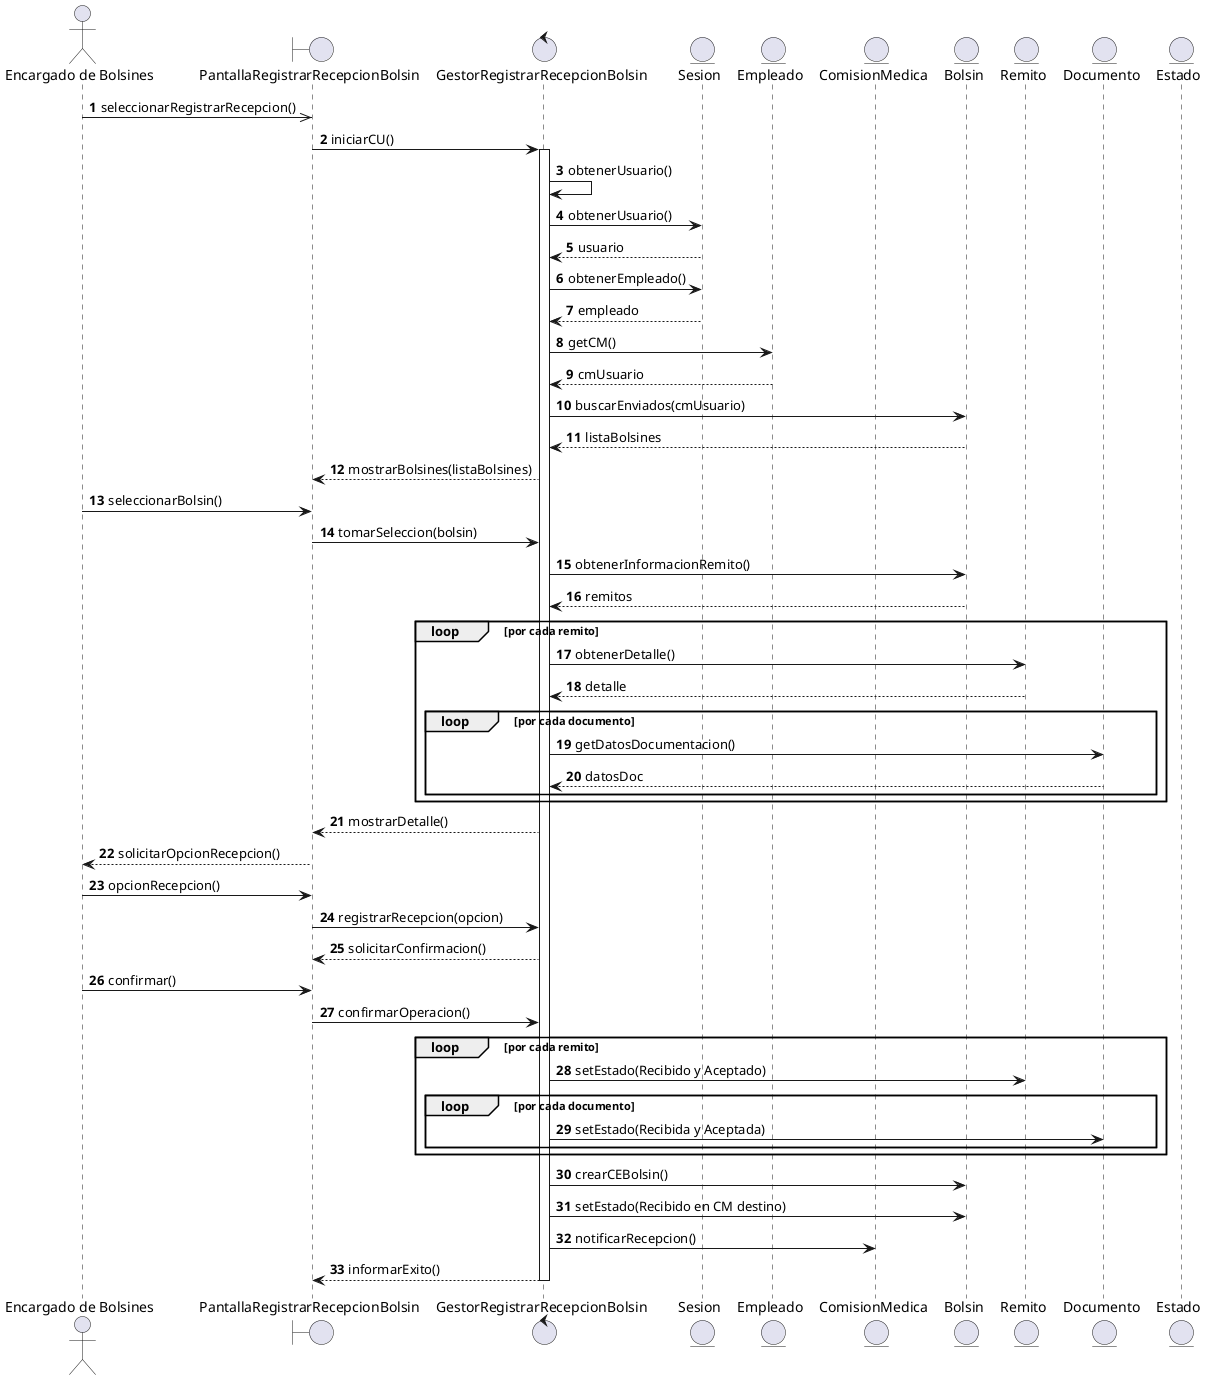
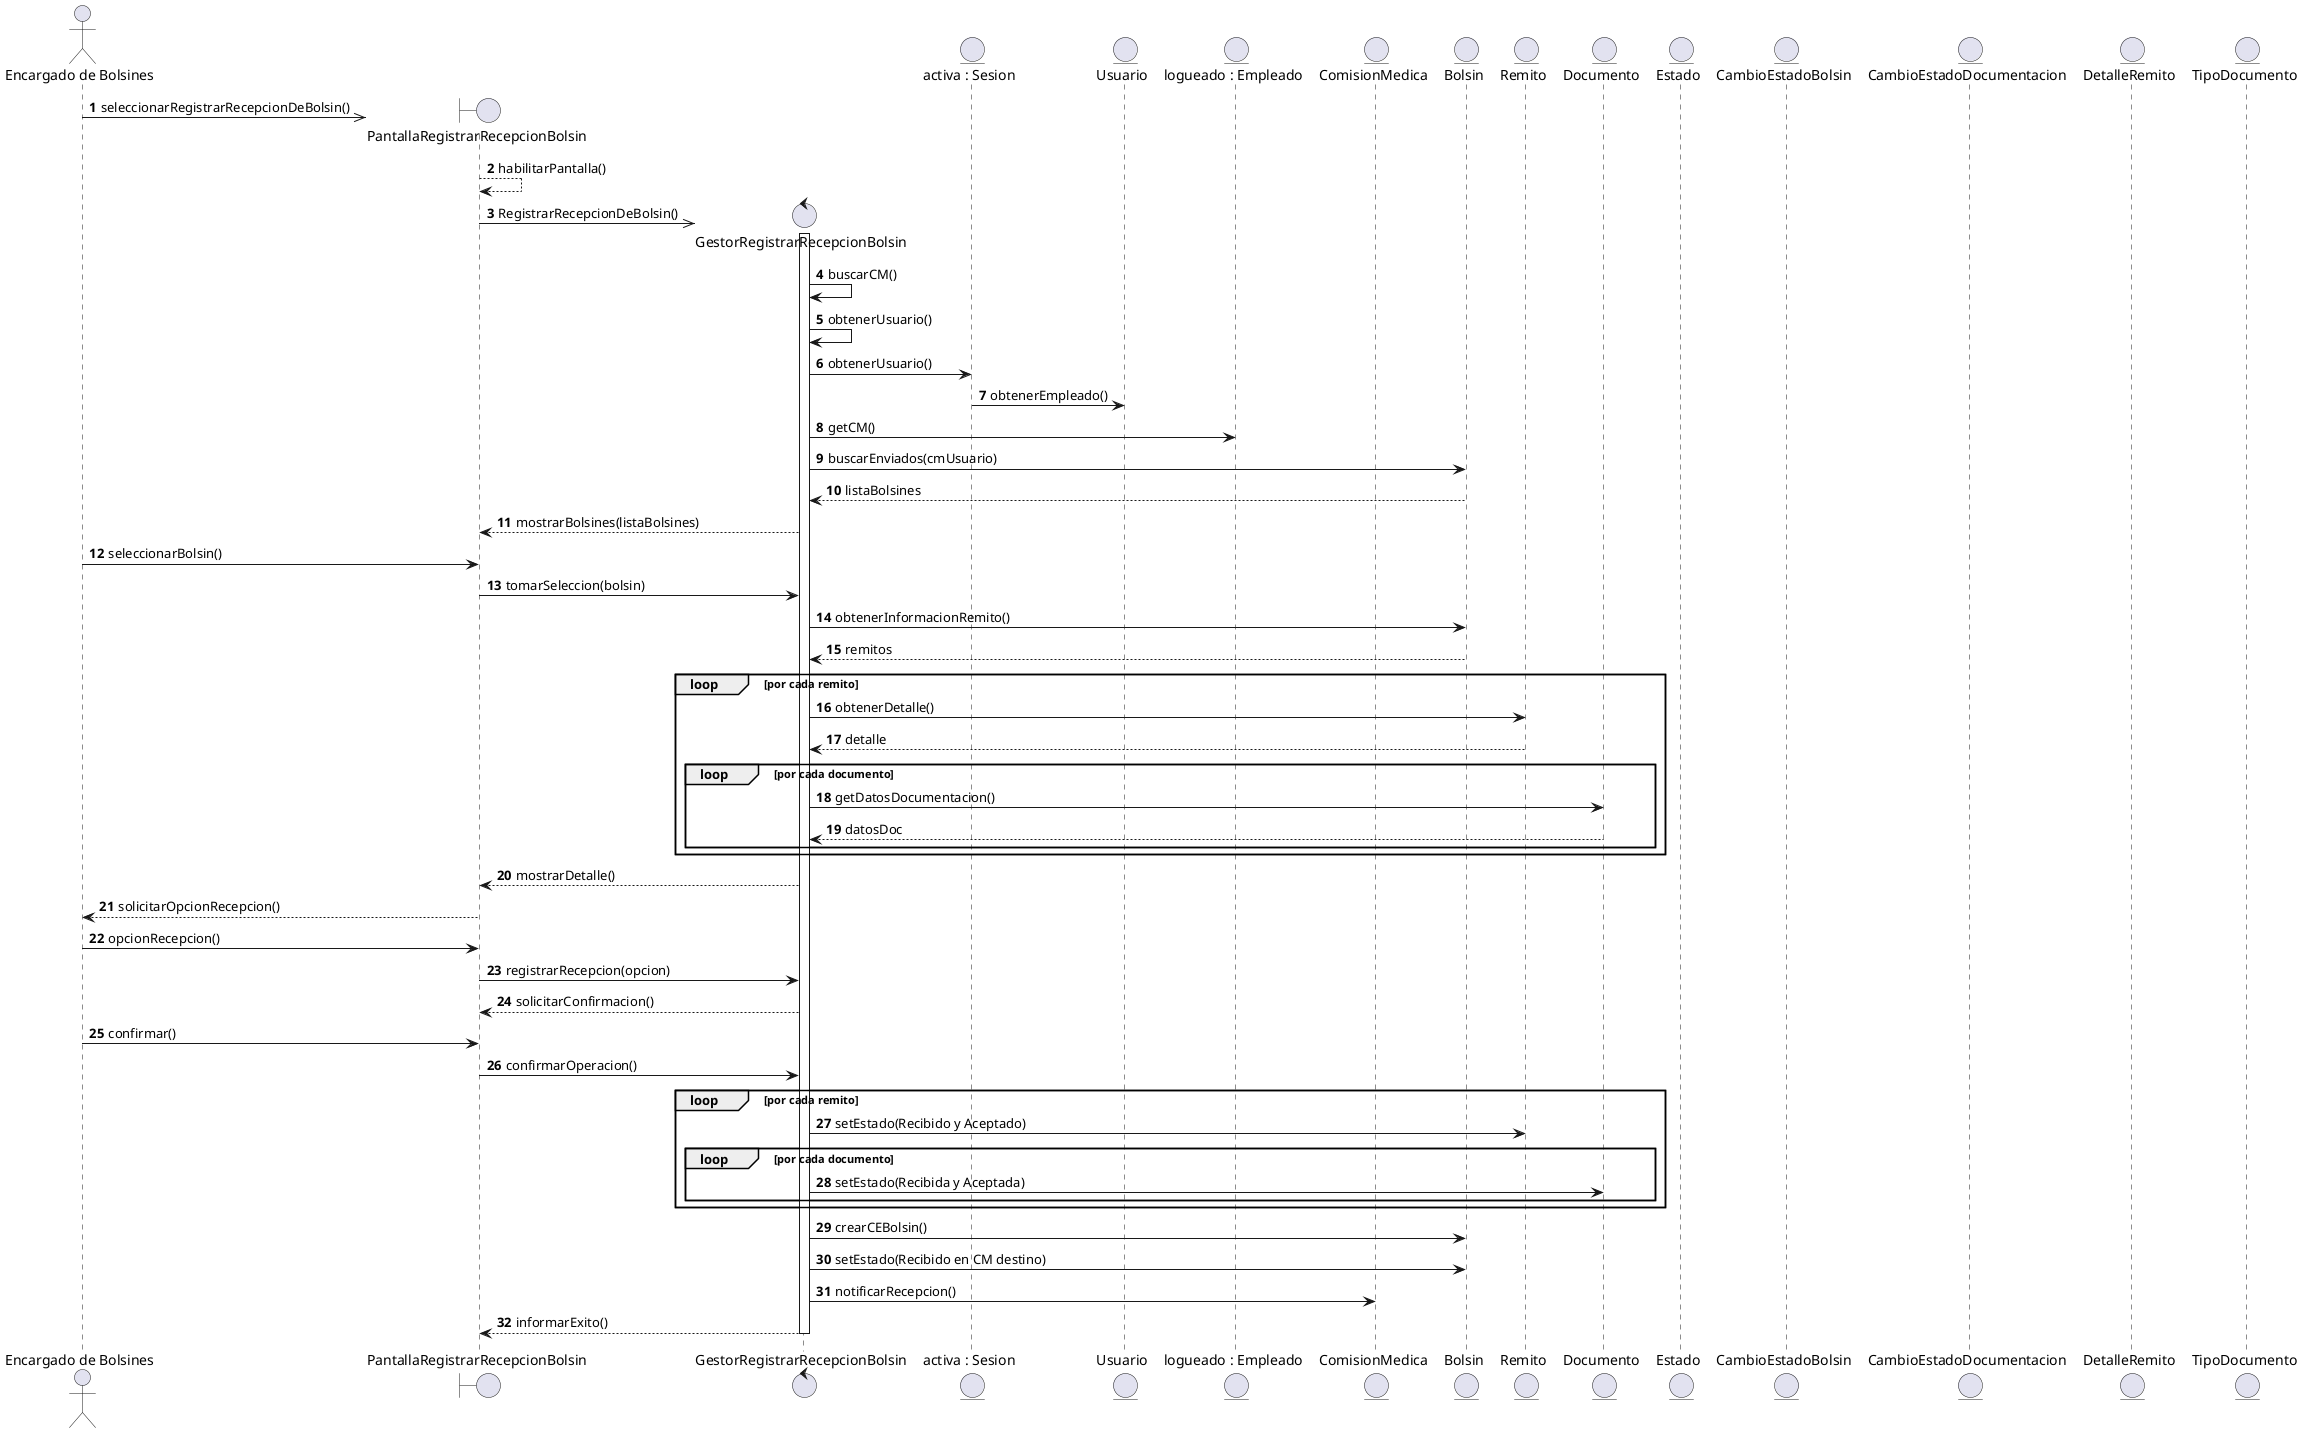
@startuml

autonumber

actor "Encargado de Bolsines" as EB

boundary PantallaRegistrarRecepcionBolsin as Pantalla
control GestorRegistrarRecepcionBolsin as Gestor

- entity Sesion
- entity Empleado
+ entity "activa : Sesion" as Sesion
+ entity Usuario
+ entity "logueado : Empleado" as Empleado
entity ComisionMedica
entity Bolsin
entity Remito
entity Documento
entity Estado
+ entity CambioEstadoBolsin
+ entity CambioEstadoDocumentacion
+ entity DetalleRemito
+ entity TipoDocumento

' ==========================================
' Inicio CU
' ==========================================

- EB ->> Pantalla : seleccionarRegistrarRecepcion()
+ create Pantalla

- Pantalla -> Gestor : iniciarCU()
+ EB ->> Pantalla : seleccionarRegistrarRecepcionDeBolsin()
+ 
+ Pantalla --> Pantalla : habilitarPantalla()
+ 
+ create Gestor
+ 
+ Pantalla ->> Gestor : RegistrarRecepcionDeBolsin()

activate Gestor

' ==========================================
' Obtener CM del usuario
' ==========================================
+ Gestor -> Gestor : buscarCM()
Gestor -> Gestor : obtenerUsuario()

Gestor -> Sesion : obtenerUsuario()
- Sesion --> Gestor : usuario

- Gestor -> Sesion : obtenerEmpleado()
- Sesion --> Gestor : empleado
+ Sesion -> Usuario : obtenerEmpleado()

Gestor -> Empleado : getCM()
- Empleado --> Gestor : cmUsuario

' ==========================================
' Buscar bolsines enviados
' ==========================================

Gestor -> Bolsin : buscarEnviados(cmUsuario)
Bolsin --> Gestor : listaBolsines

Gestor --> Pantalla : mostrarBolsines(listaBolsines)

' ==========================================
' Selección de bolsín
' ==========================================

EB -> Pantalla : seleccionarBolsin()

Pantalla -> Gestor : tomarSeleccion(bolsin)

Gestor -> Bolsin : obtenerInformacionRemito()
Bolsin --> Gestor : remitos

loop por cada remito
    Gestor -> Remito : obtenerDetalle()
    Remito --> Gestor : detalle

    loop por cada documento
        Gestor -> Documento : getDatosDocumentacion()
        Documento --> Gestor : datosDoc
    end
end

Gestor --> Pantalla : mostrarDetalle()

' ==========================================
' Selección opción recepción
' ==========================================

Pantalla --> EB : solicitarOpcionRecepcion()

EB -> Pantalla : opcionRecepcion()

Pantalla -> Gestor : registrarRecepcion(opcion)

Gestor --> Pantalla : solicitarConfirmacion()

EB -> Pantalla : confirmar()

Pantalla -> Gestor : confirmarOperacion()

' ==========================================
' Actualización de estados
' ==========================================

loop por cada remito
    Gestor -> Remito : setEstado(Recibido y Aceptado)

    loop por cada documento
        Gestor -> Documento : setEstado(Recibida y Aceptada)
    end
end

Gestor -> Bolsin : crearCEBolsin()
Gestor -> Bolsin : setEstado(Recibido en CM destino)

' ==========================================
' Notificación
' ==========================================

Gestor -> ComisionMedica : notificarRecepcion()

Gestor --> Pantalla : informarExito()

deactivate Gestor

@enduml